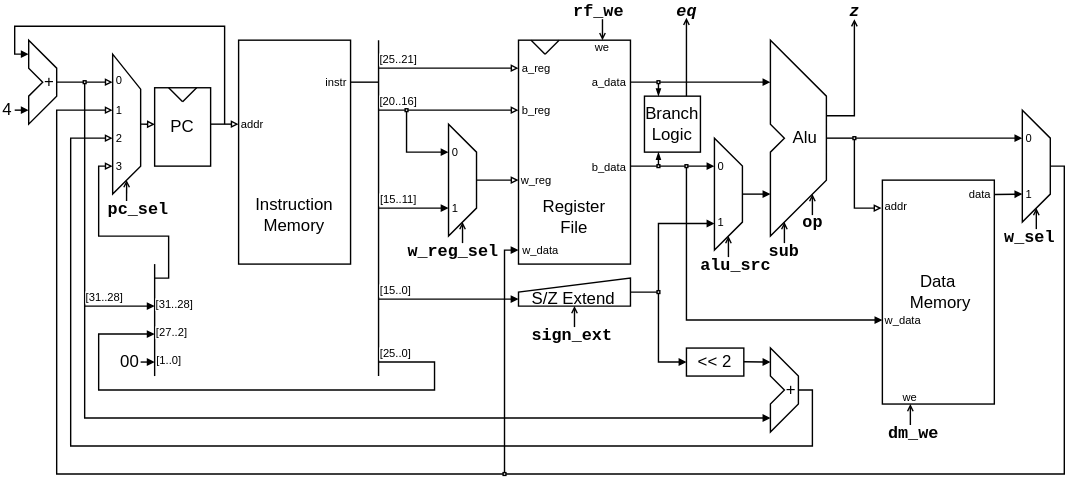
This is images/vips_full.svg from perlindgren/vips, a draw.io export, as it was before one commit. Source tidied: cells renumbered, new cells last; positions are measured from the earlier drawing's top-left corner, leaving out a move shared by most shapes.
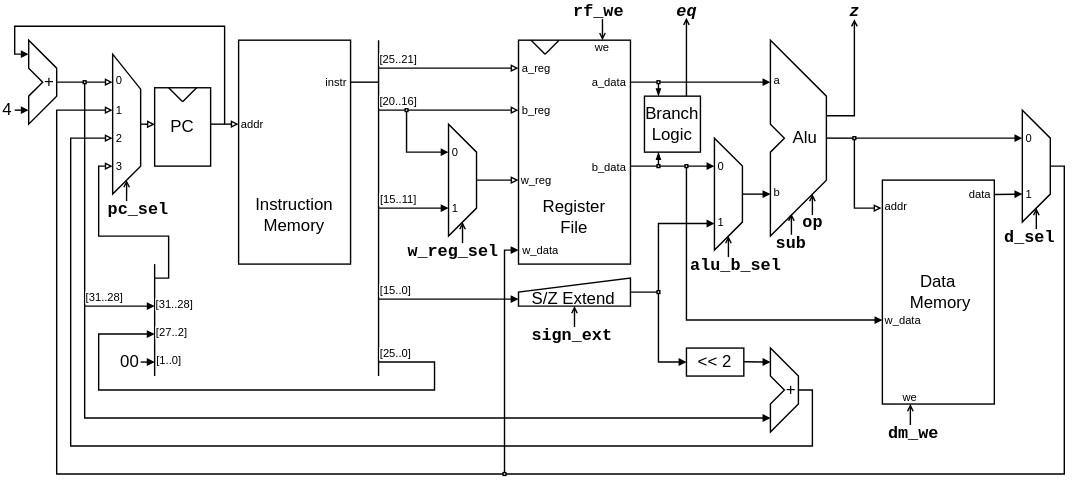
Above is the later version.

Diff of the diagram source:
```diff
@@ -285,13 +285,13 @@
         <mxPoint x="520" y="167" as="targetPoint" />
       </mxGeometry>
     </mxCell>
-    <mxCell id="51" value="&lt;font face=&quot;Courier New&quot;&gt;&lt;b&gt;alu_src&lt;/b&gt;&lt;/font&gt;" style="text;html=1;align=center;verticalAlign=middle;whiteSpace=wrap;rounded=0;" parent="1" vertex="1">
+    <mxCell id="51" value="&lt;font face=&quot;Courier New&quot;&gt;&lt;b&gt;alu_b_sel&lt;/b&gt;&lt;/font&gt;" style="text;html=1;align=center;verticalAlign=middle;whiteSpace=wrap;rounded=0;" parent="1" vertex="1">
       <mxGeometry x="503" y="184" width="45" height="8" as="geometry" />
     </mxCell>
     <mxCell id="52" style="endArrow=open;html=1;rounded=0;endFill=0;endSize=3;" parent="1" edge="1">
       <mxGeometry relative="1" as="geometry">
-        <mxPoint x="560" y="172" as="sourcePoint" />
-        <mxPoint x="560" y="157" as="targetPoint" />
+        <mxPoint x="565" y="166" as="sourcePoint" />
+        <mxPoint x="565" y="151" as="targetPoint" />
       </mxGeometry>
     </mxCell>
     <mxCell id="53" style="endArrow=open;html=1;rounded=0;endFill=0;endSize=3;" parent="1" edge="1">
@@ -301,7 +301,7 @@
       </mxGeometry>
     </mxCell>
     <mxCell id="54" value="&lt;font face=&quot;Courier New&quot;&gt;&lt;b&gt;sub&lt;/b&gt;&lt;/font&gt;" style="text;html=1;align=center;verticalAlign=middle;whiteSpace=wrap;rounded=0;" parent="1" vertex="1">
-      <mxGeometry x="550" y="173" width="20" height="10" as="geometry" />
+      <mxGeometry x="555" y="167" width="20" height="10" as="geometry" />
     </mxCell>
     <mxCell id="55" value="&lt;font face=&quot;Courier New&quot;&gt;&lt;b&gt;op&lt;/b&gt;&lt;/font&gt;" style="text;html=1;align=center;verticalAlign=middle;whiteSpace=wrap;rounded=0;" parent="1" vertex="1">
       <mxGeometry x="573" y="152" width="15" height="9" as="geometry" />
@@ -599,7 +599,7 @@
         <mxPoint x="740" y="147" as="targetPoint" />
       </mxGeometry>
     </mxCell>
-    <mxCell id="108" value="&lt;font face=&quot;Courier New&quot;&gt;&lt;b&gt;w_sel&lt;/b&gt;&lt;/font&gt;" style="text;html=1;align=center;verticalAlign=middle;whiteSpace=wrap;rounded=0;" parent="1" vertex="1">
+    <mxCell id="108" value="&lt;font face=&quot;Courier New&quot;&gt;&lt;b&gt;d_sel&lt;/b&gt;&lt;/font&gt;" style="text;html=1;align=center;verticalAlign=middle;whiteSpace=wrap;rounded=0;" parent="1" vertex="1">
       <mxGeometry x="712.5" y="163" width="45" height="10" as="geometry" />
     </mxCell>
     <mxCell id="109" style="endArrow=none;html=1;rounded=0;endFill=0;endSize=3;startSize=3;entryX=0.75;entryY=0;entryDx=0;entryDy=0;startFill=0;startArrow=open;exitX=0.5;exitY=1;exitDx=0;exitDy=0;" parent="1" edge="1" source="110" target="61">
@@ -681,5 +681,11 @@
         <mxPoint x="100" y="87" as="sourcePoint" />
       </mxGeometry>
     </mxCell>
+    <mxCell id="129" value="a" style="text;html=1;align=center;verticalAlign=middle;whiteSpace=wrap;rounded=0;fontSize=8;" parent="1" vertex="1">
+      <mxGeometry x="550" y="51" width="10" height="10" as="geometry" />
+    </mxCell>
+    <mxCell id="130" value="b" style="text;html=1;align=center;verticalAlign=middle;whiteSpace=wrap;rounded=0;fontSize=8;" parent="1" vertex="1">
+      <mxGeometry x="550" y="131" width="10" height="10" as="geometry" />
+    </mxCell>
   </root>
 </mxGraphModel>
```
